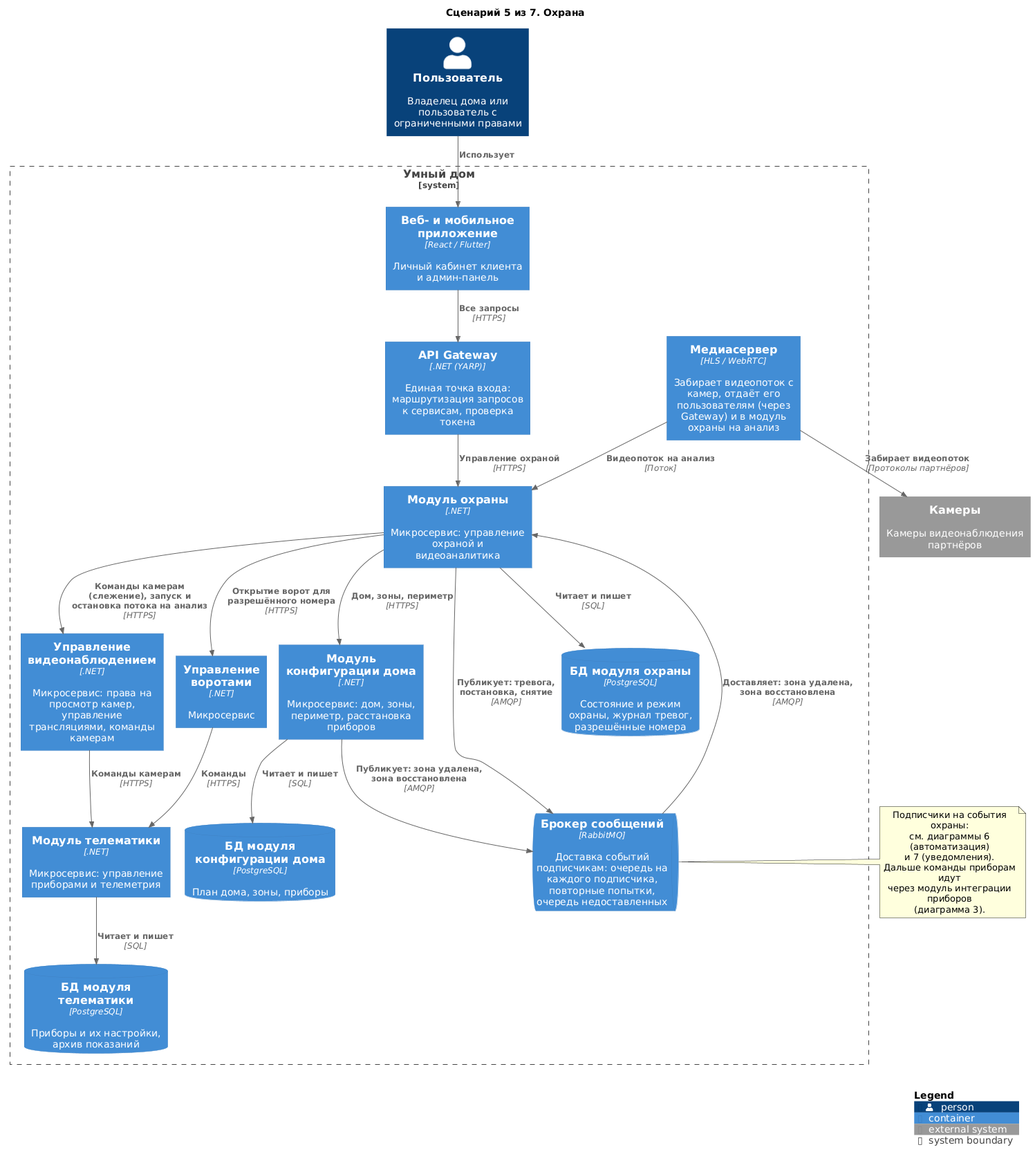
Before: diagrams/containers-scenarios/05-security.png, a diagram exported from PlantUML (Lyamin-av/architecture-warmhouse).
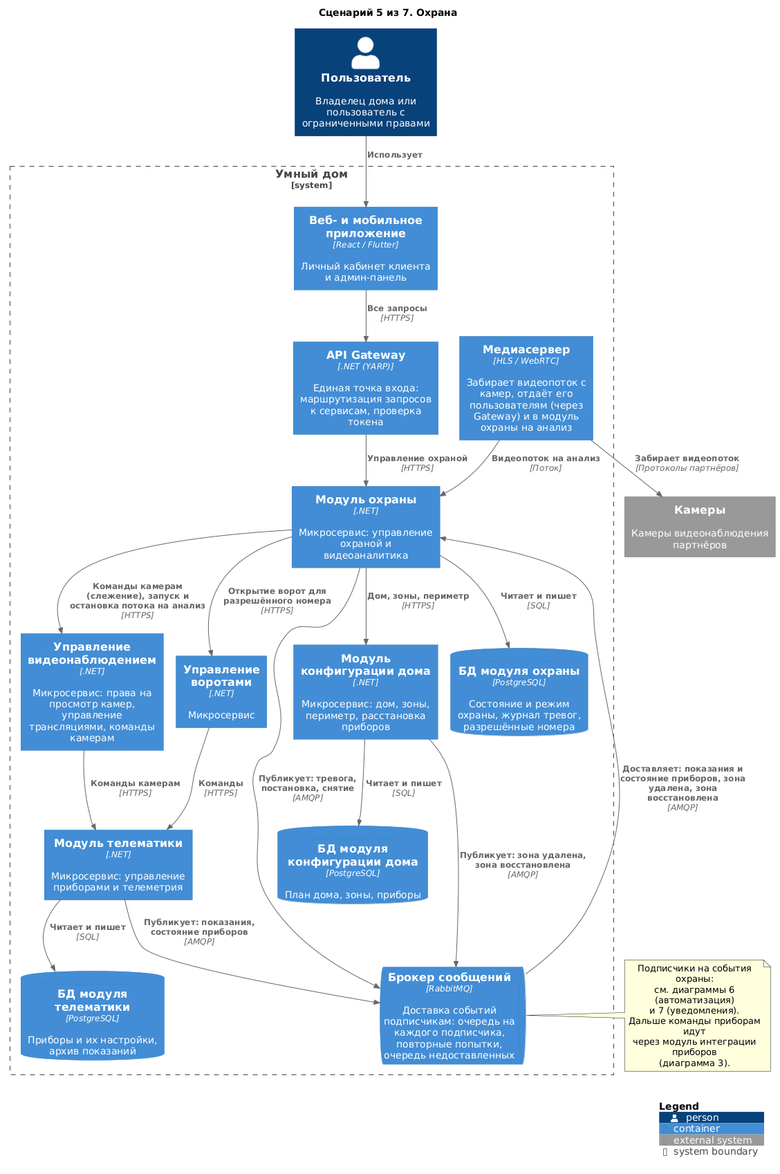
After the change.

Commit message:
C4: компоненты модуля охраны; охрана подписана на показания приборов, допуск только без охраны

Change to the diagram source:
```diff
@@ -47,7 +47,8 @@
 Rel(Telematics, dbTelematics, "Читает и пишет", "SQL")
 Rel(HouseConfigurator, dbHC, "Читает и пишет", "SQL")
 Rel(HouseConfigurator, Broker, "Публикует: зона удалена, зона восстановлена", "AMQP")
-Rel(Broker, Security, "Доставляет: зона удалена, зона восстановлена", "AMQP")
+Rel(Broker, Security, "Доставляет: показания и состояние приборов, зона удалена, зона восстановлена", "AMQP")
+Rel(Telematics, Broker, "Публикует: показания, состояние приборов", "AMQP")
 
 SHOW_LEGEND()
 @enduml
```
